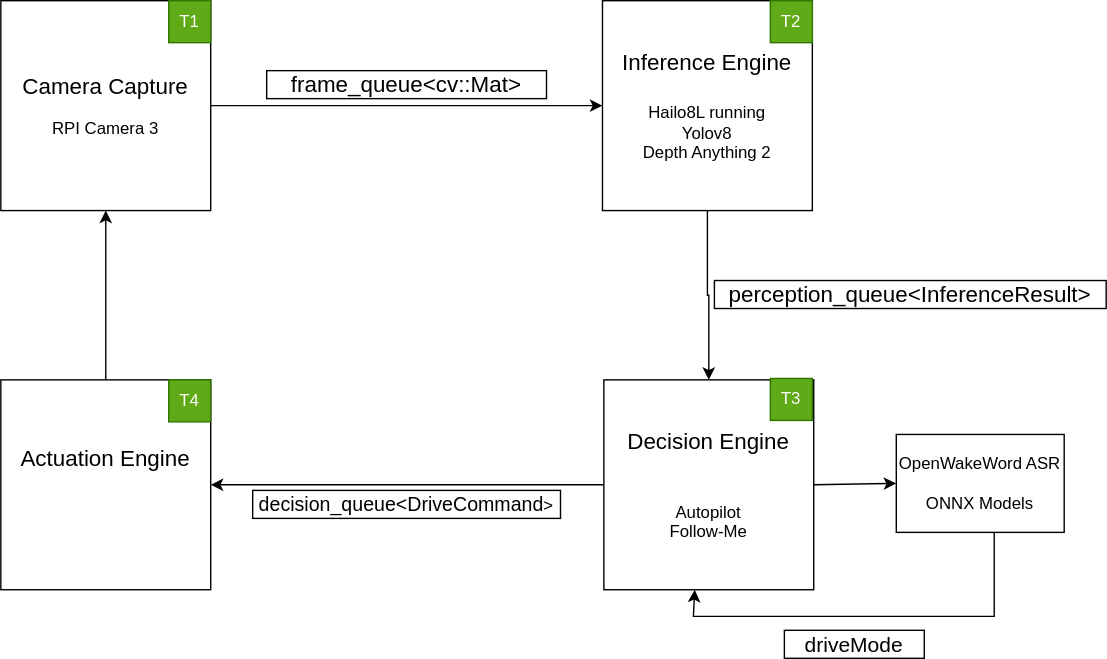
Above: docs/architecture.svg in SVilcheaz/autonomous_vehicle (draw.io), before the change. Source tidied: cells renumbered, new cells last; positions are measured from the earlier drawing's top-left corner, leaving out a move shared by most shapes.
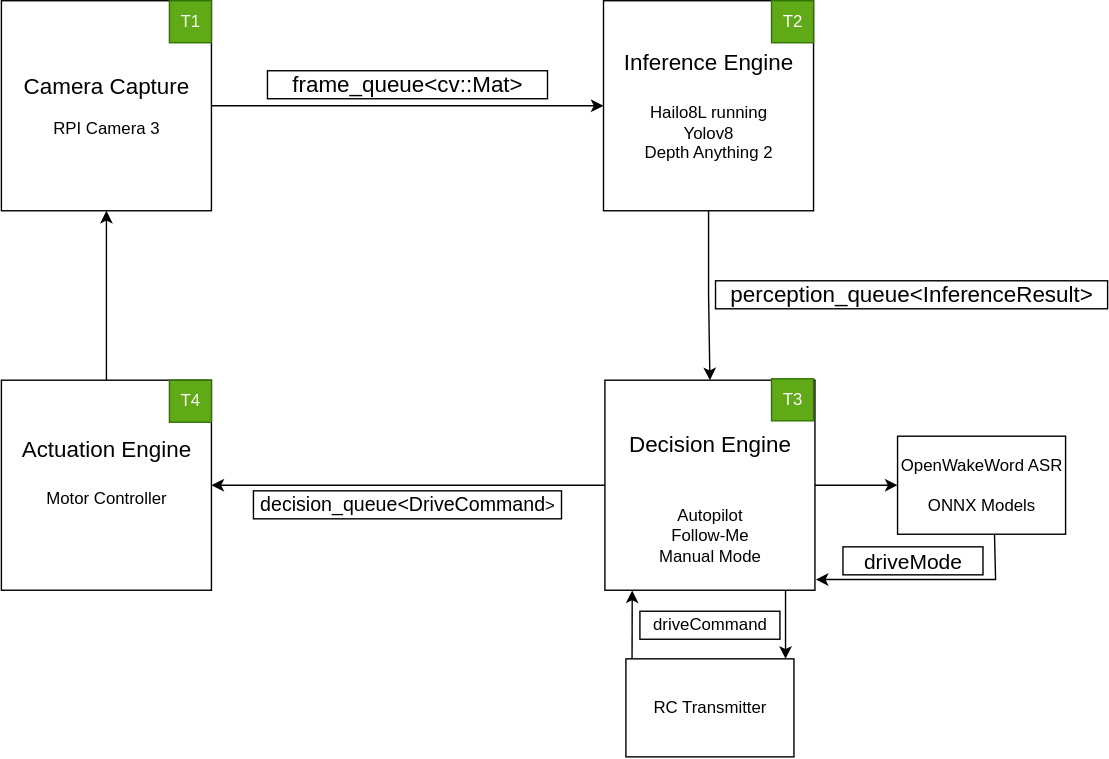
After the commit.

What changed in the source:
```diff
@@ -26,7 +26,7 @@
     <mxCell id="9" style="edgeStyle=orthogonalEdgeStyle;rounded=0;jettySize=auto;html=1;" parent="1" edge="1" source="10" target="17">
       <mxGeometry relative="1" as="geometry" />
     </mxCell>
-    <mxCell id="10" value="&lt;div&gt;&lt;font style=&quot;font-size: 16px;&quot;&gt;Decision Engine&lt;/font&gt;&lt;/div&gt;&lt;div&gt;&lt;font style=&quot;font-size: 16px;&quot;&gt;&lt;br&gt;&lt;/font&gt;&lt;/div&gt;&lt;div&gt;&lt;br&gt;&lt;/div&gt;&lt;div&gt;Autopilot&lt;/div&gt;&lt;div&gt;Follow-Me&lt;/div&gt;" style="whiteSpace=wrap;html=1;" parent="1" vertex="1">
+    <mxCell id="10" value="&lt;div&gt;&lt;font style=&quot;font-size: 16px;&quot;&gt;&lt;br&gt;&lt;/font&gt;&lt;/div&gt;&lt;div&gt;&lt;font style=&quot;font-size: 16px;&quot;&gt;Decision Engine&lt;/font&gt;&lt;/div&gt;&lt;div&gt;&lt;font style=&quot;font-size: 16px;&quot;&gt;&lt;br&gt;&lt;/font&gt;&lt;/div&gt;&lt;div&gt;&lt;br&gt;&lt;/div&gt;&lt;div&gt;Autopilot&lt;/div&gt;&lt;div&gt;Follow-Me&lt;/div&gt;&lt;div&gt;Manual Mode&lt;/div&gt;" style="whiteSpace=wrap;html=1;" parent="1" vertex="1">
       <mxGeometry x="431" y="271" width="150" height="150" as="geometry" />
     </mxCell>
     <mxCell id="11" value="T3" style="rounded=0;whiteSpace=wrap;html=1;labelBackgroundColor=none;fillColor=#60a917;fontColor=#ffffff;strokeColor=#2D7600;" parent="1" vertex="1">
@@ -35,34 +35,50 @@
     <mxCell id="12" value="&lt;font style=&quot;font-size: 16px;&quot;&gt;perception_queue&amp;lt;InferenceResult&amp;gt;&lt;/font&gt;" style="rounded=0;whiteSpace=wrap;html=1;" parent="1" vertex="1">
       <mxGeometry x="510" y="200" width="280" height="20" as="geometry" />
     </mxCell>
-    <mxCell id="13" style="endArrow=classic;html=1;rounded=0;exitX=1;exitY=0.5;exitDx=0;exitDy=0;entryX=0;entryY=0.5;entryDx=0;entryDy=0;" parent="1" edge="1" source="10" target="14">
+    <mxCell id="13" style="endArrow=classic;html=1;rounded=0;exitX=1;exitY=0.5;exitDx=0;exitDy=0;entryX=0;entryY=0.5;entryDx=0;entryDy=0;endFill=1;" parent="1" edge="1" source="10" target="14">
       <mxGeometry relative="1" as="geometry" />
     </mxCell>
     <mxCell id="14" value="&lt;div&gt;OpenWakeWord ASR&lt;/div&gt;&lt;div&gt;&lt;br&gt;&lt;/div&gt;&lt;div&gt;ONNX Models&lt;/div&gt;" style="rounded=0;whiteSpace=wrap;html=1;" parent="1" vertex="1">
-      <mxGeometry x="640" y="310" width="120" height="70" as="geometry" />
+      <mxGeometry x="640" y="311" width="120" height="70" as="geometry" />
     </mxCell>
-    <mxCell id="15" style="edgeStyle=orthogonalEdgeStyle;rounded=0;jettySize=auto;html=1;entryX=0.433;entryY=1;entryDx=0;entryDy=0;entryPerimeter=0;" parent="1" edge="1" source="14" target="10">
-      <mxGeometry relative="1" as="geometry">
-        <Array as="points">
-          <mxPoint x="710" y="440" />
-          <mxPoint x="495" y="440" />
-        </Array>
-      </mxGeometry>
-    </mxCell>
     <mxCell id="16" style="edgeStyle=orthogonalEdgeStyle;rounded=0;jettySize=auto;html=1;exitX=0.5;exitY=0;exitDx=0;exitDy=0;entryX=0.5;entryY=1;entryDx=0;entryDy=0;" parent="1" edge="1" source="17" target="3">
       <mxGeometry relative="1" as="geometry" />
     </mxCell>
-    <mxCell id="17" value="&lt;div&gt;&lt;font style=&quot;font-size: 16px;&quot;&gt;Actuation Engine&lt;/font&gt;&lt;/div&gt;&lt;div&gt;&lt;font style=&quot;font-size: 16px;&quot;&gt;&lt;br&gt;&lt;/font&gt;&lt;/div&gt;&lt;div&gt;&lt;font style=&quot;font-size: 16px;&quot;&gt;&lt;br&gt;&lt;/font&gt;&lt;/div&gt;" style="whiteSpace=wrap;html=1;" parent="1" vertex="1">
+    <mxCell id="17" value="&lt;div&gt;&lt;font style=&quot;font-size: 16px;&quot;&gt;Actuation Engine&lt;/font&gt;&lt;/div&gt;&lt;div&gt;&lt;font style=&quot;font-size: 16px;&quot;&gt;&lt;br&gt;&lt;/font&gt;&lt;/div&gt;&lt;div&gt;Motor Controller&lt;/div&gt;&lt;div&gt;&lt;font style=&quot;font-size: 16px;&quot;&gt;&lt;br&gt;&lt;/font&gt;&lt;/div&gt;" style="whiteSpace=wrap;html=1;" parent="1" vertex="1">
       <mxGeometry y="271" width="150" height="150" as="geometry" />
     </mxCell>
     <mxCell id="18" value="&lt;font style=&quot;font-size: 14px;&quot;&gt;decision_queue&amp;lt;DriveCommand&lt;/font&gt;&amp;gt;" style="rounded=0;whiteSpace=wrap;html=1;" parent="1" vertex="1">
       <mxGeometry x="180" y="350" width="220" height="20" as="geometry" />
     </mxCell>
     <mxCell id="19" value="&lt;font style=&quot;font-size: 15px;&quot;&gt;driveMode&lt;/font&gt;" style="rounded=0;whiteSpace=wrap;html=1;" parent="1" vertex="1">
-      <mxGeometry x="560" y="450" width="100" height="20" as="geometry" />
+      <mxGeometry x="601" y="390" width="100" height="20" as="geometry" />
     </mxCell>
     <mxCell id="20" value="T4" style="rounded=0;whiteSpace=wrap;html=1;labelBackgroundColor=none;fillColor=#60a917;fontColor=#ffffff;strokeColor=#2D7600;" parent="1" vertex="1">
       <mxGeometry x="120" y="271" width="30" height="30" as="geometry" />
     </mxCell>
+    <mxCell id="21" value="RC Transmitter" style="rounded=0;whiteSpace=wrap;html=1;" parent="1" vertex="1">
+      <mxGeometry x="446" y="470" width="120" height="70" as="geometry" />
+    </mxCell>
+    <mxCell id="22" style="endArrow=classic;html=1;rounded=0;exitX=1;exitY=1;exitDx=0;exitDy=0;entryX=0;entryY=0;entryDx=0;entryDy=0;" parent="1" edge="1">
+      <mxGeometry relative="1" as="geometry">
+        <mxPoint x="560" y="421" as="sourcePoint" />
+        <mxPoint x="560" y="470" as="targetPoint" />
+      </mxGeometry>
+    </mxCell>
+    <mxCell id="15" style="endArrow=classic;html=1;rounded=0;exitX=0.577;exitY=1.006;exitDx=0;exitDy=0;endFill=1;exitPerimeter=0;entryX=1.004;entryY=0.949;entryDx=0;entryDy=0;entryPerimeter=0;" parent="1" edge="1" source="14" target="10">
+      <mxGeometry relative="1" as="geometry">
+        <Array as="points">
+          <mxPoint x="710" y="413.4" />
+        </Array>
+      </mxGeometry>
+    </mxCell>
+    <mxCell id="23" style="endArrow=classic;html=1;rounded=0;exitX=0.282;exitY=-0.022;exitDx=0;exitDy=0;entryX=0.13;entryY=1.001;entryDx=0;entryDy=0;exitPerimeter=0;entryPerimeter=0;" parent="1" edge="1" target="10">
+      <mxGeometry relative="1" as="geometry">
+        <mxPoint x="450.4" y="470" as="sourcePoint" />
+      </mxGeometry>
+    </mxCell>
+    <mxCell id="24" value="driveCommand" style="rounded=0;whiteSpace=wrap;html=1;" parent="1" vertex="1">
+      <mxGeometry x="456" y="436" width="100" height="20" as="geometry" />
+    </mxCell>
   </root>
 </mxGraphModel>
```
